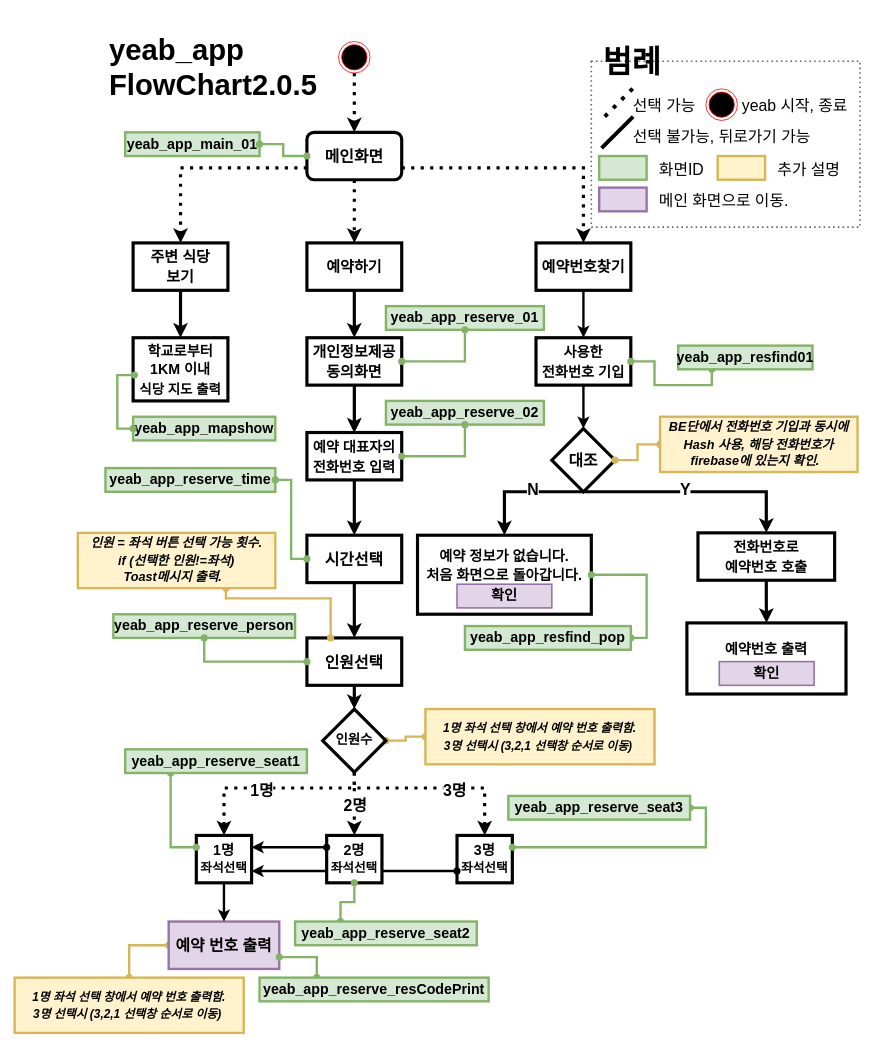
Above: FlowChart_2.0.4.drawio in StrongCatWill/SWProject (draw.io), before the change. Source tidied: cells renumbered, new cells numbered last; positions are measured from the earlier drawing's top-left corner, leaving out a move shared by most shapes. Both pictures are drawn from the tidied source at 79%, with x=0, y=0 at pixel (14, 21).
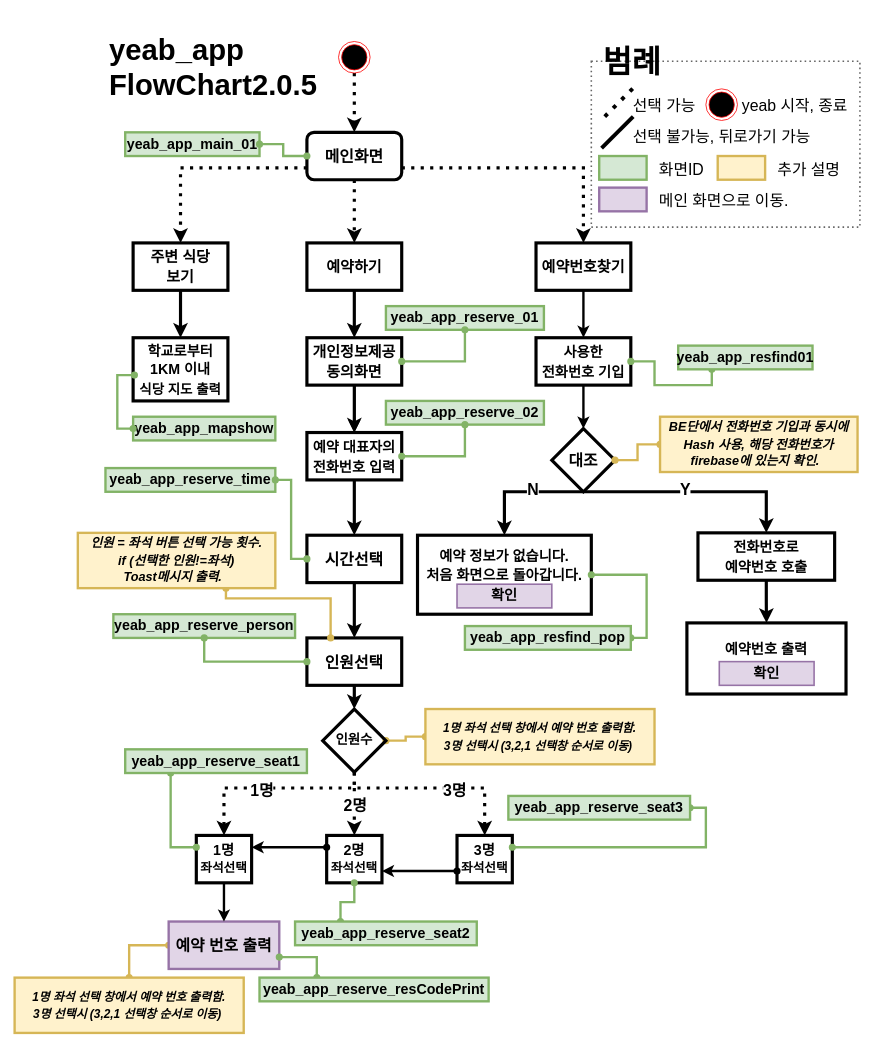
The same page after the edit.

The change refers to these unchanged cells:
```xml
<mxCell id="30" value="&lt;b&gt;1명&lt;br&gt;&lt;font style=&quot;font-size: 16px;&quot;&gt;좌석선택&lt;/font&gt;&lt;br&gt;&lt;/b&gt;" style="rounded=0;whiteSpace=wrap;html=1;fontSize=18;strokeWidth=4;fillColor=none;" parent="1" vertex="1">
  <mxGeometry x="230" y="1030" width="70" height="60" as="geometry" />
</mxCell>
<mxCell id="31" value="&lt;b&gt;2명&lt;br&gt;&lt;font style=&quot;font-size: 16px;&quot;&gt;좌석선택&lt;/font&gt;&lt;br&gt;&lt;/b&gt;" style="rounded=0;whiteSpace=wrap;html=1;fontSize=18;strokeWidth=4;" parent="1" vertex="1">
  <mxGeometry x="395" y="1030" width="70" height="60" as="geometry" />
</mxCell>
<mxCell id="32" value="&lt;b&gt;3명&lt;br&gt;&lt;font style=&quot;font-size: 16px;&quot;&gt;좌석선택&lt;/font&gt;&lt;/b&gt;" style="rounded=0;whiteSpace=wrap;html=1;fontSize=18;strokeWidth=4;fillColor=none;" parent="1" vertex="1">
  <mxGeometry x="560" y="1030" width="70" height="60" as="geometry" />
</mxCell>
```

The edit, as a diff of the source:
```diff
@@
-    <mxCell id="2" style="endArrow=classic;html=1;rounded=0;fontSize=20;strokeWidth=3;entryX=1;entryY=0.75;entryDx=0;entryDy=0;exitX=0;exitY=0.75;exitDx=0;exitDy=0;startArrow=oval;startFill=1;" parent="1" edge="1" source="32" target="30">
+    <mxCell id="2" style="endArrow=classic;html=1;rounded=0;fontSize=20;strokeWidth=3;entryX=1;entryY=0.75;entryDx=0;entryDy=0;exitX=0;exitY=0.75;exitDx=0;exitDy=0;startArrow=oval;startFill=1;" parent="1" edge="1" source="32" target="31">
       <mxGeometry relative="1" as="geometry" />
     </mxCell>
```
